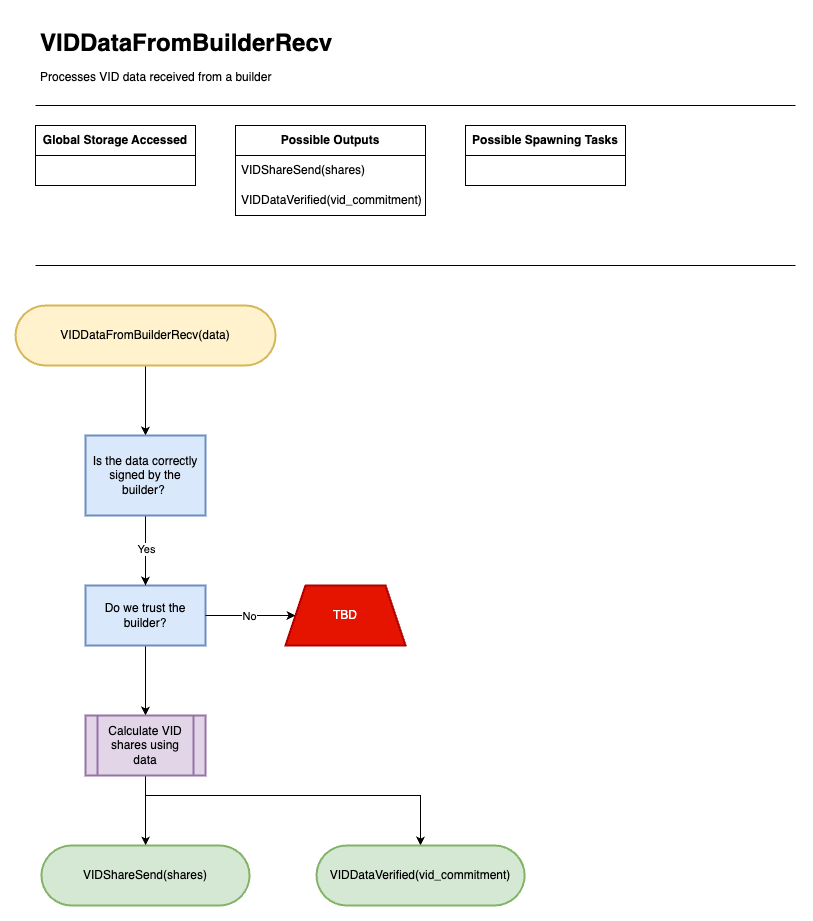
This is docs/diagrams/images/HotShotFlow-VIDDataFromBuilderRecv.drawio.png from EspressoSystems/HotShot, a draw.io export, as it was before one commit. Source tidied: cells renumbered, new cells last; positions are measured from the earlier drawing's top-left corner, leaving out a move shared by most shapes.
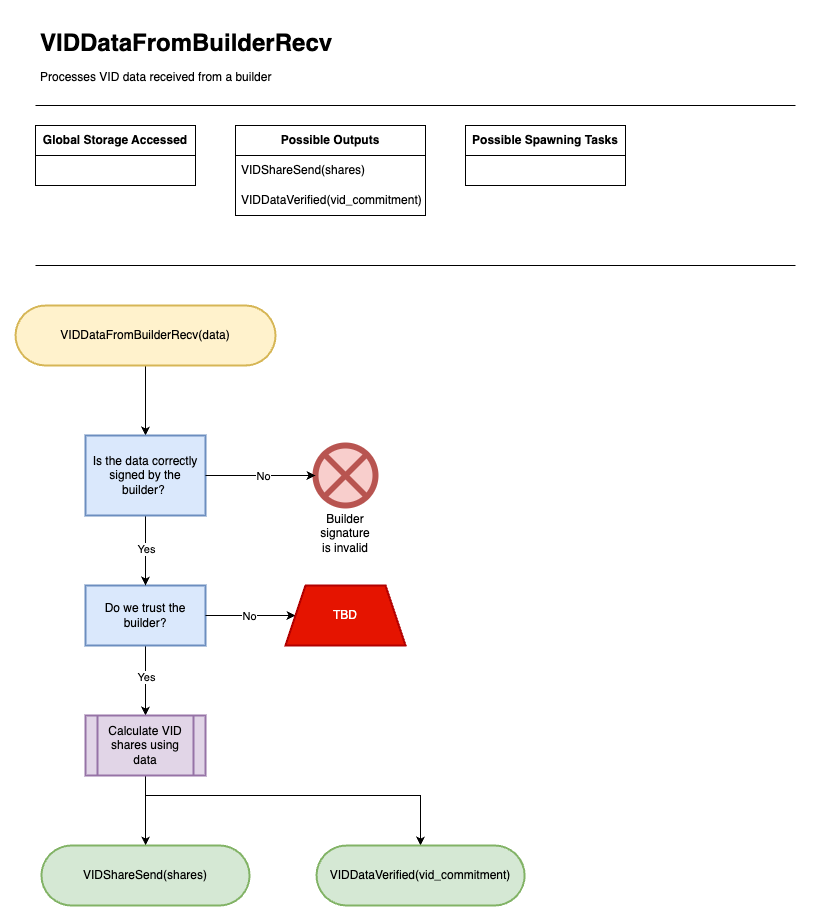
Later version of the same file.

Diff of the diagram source:
```diff
@@ -41,6 +41,9 @@
     <mxCell id="12" style="edgeStyle=orthogonalEdgeStyle;rounded=0;jettySize=auto;html=1;entryX=0.5;entryY=0;entryDx=0;entryDy=0;" parent="1" edge="1" source="13" target="22">
       <mxGeometry relative="1" as="geometry" />
     </mxCell>
+    <mxCell id="25" value="Yes" style="edgeLabel;html=1;align=center;verticalAlign=middle;" parent="12" vertex="1">
+      <mxGeometry x="-0.11" relative="1" as="geometry" />
+    </mxCell>
     <mxCell id="13" value="Do we trust the builder?" style="whiteSpace=wrap;html=1;rounded=0;fillColor=#dae8fc;strokeColor=#6c8ebf;strokeWidth=2;" parent="1" vertex="1">
       <mxGeometry x="70" y="560" width="120" height="60" as="geometry" />
     </mxCell>
@@ -82,5 +85,14 @@
     <mxCell id="24" value="VIDDataVerified(vid_commitment)" style="whiteSpace=wrap;html=1;fillColor=#d5e8d4;strokeColor=#82b366;rounded=1;arcSize=50;strokeWidth=2;" parent="1" vertex="1">
       <mxGeometry x="301" y="820" width="208.1" height="60" as="geometry" />
     </mxCell>
+    <mxCell id="26" value="Builder signature is invalid" style="whiteSpace=wrap;html=1;fillColor=#f8cecc;strokeColor=#b85450;rounded=1;arcSize=50;verticalLabelPosition=bottom;verticalAlign=top;shape=mxgraph.flowchart.or;strokeWidth=6;" parent="1" vertex="1">
+      <mxGeometry x="300" y="420" width="60" height="60" as="geometry" />
+    </mxCell>
+    <mxCell id="27" style="edgeStyle=orthogonalEdgeStyle;rounded=0;jettySize=auto;html=1;entryX=0;entryY=0.5;entryDx=0;entryDy=0;entryPerimeter=0;" parent="1" edge="1" source="18" target="26">
+      <mxGeometry relative="1" as="geometry" />
+    </mxCell>
+    <mxCell id="28" value="No" style="edgeLabel;html=1;align=center;verticalAlign=middle;" parent="27" vertex="1">
+      <mxGeometry x="0.04" relative="1" as="geometry" />
+    </mxCell>
   </root>
 </mxGraphModel>
```
